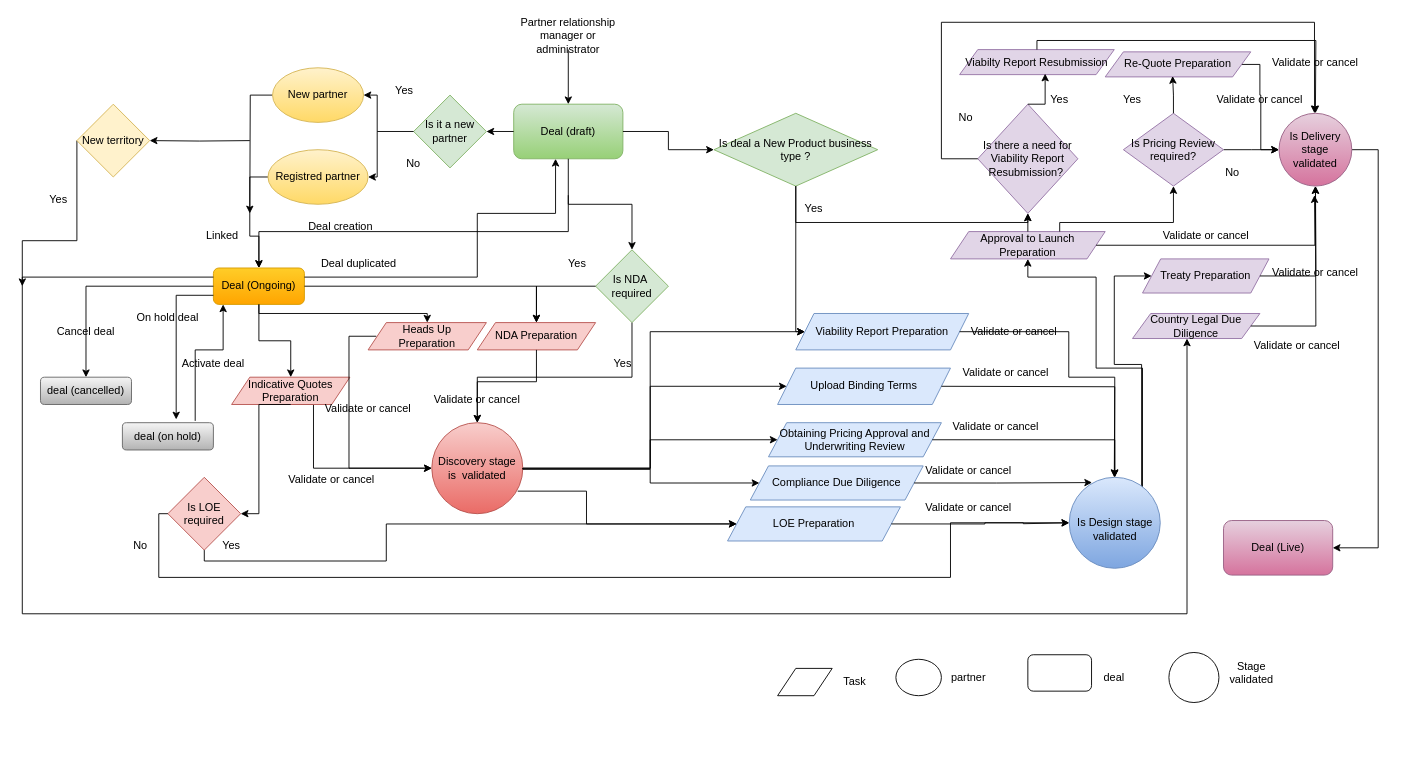
Uhouhzam/workflow keeps this draw.io diagram as workflow.drawio. Above is the earlier version. Source tidied: cells renumbered, new cells numbered last; positions are measured from the earlier drawing's top-left corner, leaving out a move shared by most shapes. Both pictures are drawn from the tidied source at 91%, with x=0, y=0 at pixel (22, 22).
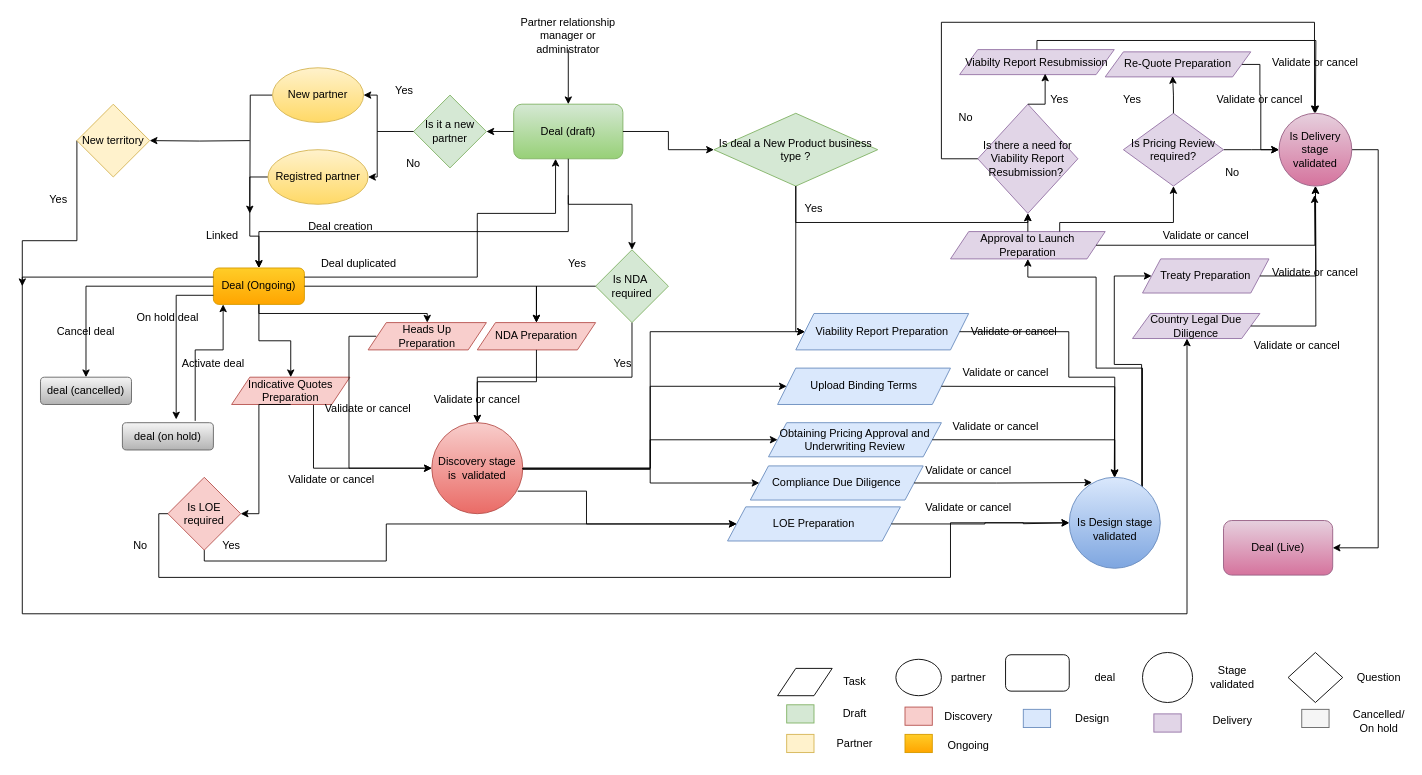
Above is the later version.

What changed in the source:
```diff
@@
     <mxCell id="122" style="rounded=1;whiteSpace=wrap;html=1;" parent="1" vertex="1">
-      <mxGeometry x="1105" y="695" width="70" height="40" as="geometry" />
+      <mxGeometry x="1080.5" y="695" width="70" height="40" as="geometry" />
     </mxCell>
     <mxCell id="123" value="deal" style="text;html=1;strokeColor=none;fillColor=none;align=center;verticalAlign=middle;whiteSpace=wrap;rounded=0;" parent="1" vertex="1">
-      <mxGeometry x="1170" y="705" width="60" height="30" as="geometry" />
+      <mxGeometry x="1160" y="705" width="60" height="30" as="geometry" />
     </mxCell>
     <mxCell id="124" style="ellipse;whiteSpace=wrap;html=1;" parent="1" vertex="1">
-      <mxGeometry x="1260" y="692.5" width="55" height="55" as="geometry" />
+      <mxGeometry x="1231" y="692.5" width="55" height="55" as="geometry" />
     </mxCell>
     <mxCell id="125" value="Stage validated" style="text;html=1;strokeColor=none;fillColor=none;align=center;verticalAlign=middle;whiteSpace=wrap;rounded=0;" parent="1" vertex="1">
-      <mxGeometry x="1321" y="700" width="60" height="30" as="geometry" />
+      <mxGeometry x="1300" y="705" width="60" height="30" as="geometry" />
     </mxCell>
+    <mxCell id="126" style="rounded=0;whiteSpace=wrap;html=1;fillColor=#d5e8d4;strokeColor=#82b366;" parent="1" vertex="1">
+      <mxGeometry x="840" y="750" width="30" height="20" as="geometry" />
+    </mxCell>
+    <mxCell id="127" value="Draft" style="text;html=1;strokeColor=none;fillColor=none;align=center;verticalAlign=middle;whiteSpace=wrap;rounded=0;" parent="1" vertex="1">
+      <mxGeometry x="885" y="745" width="60" height="30" as="geometry" />
+    </mxCell>
+    <mxCell id="128" style="rhombus;whiteSpace=wrap;html=1;" parent="1" vertex="1">
+      <mxGeometry x="1391" y="692.5" width="60" height="55" as="geometry" />
+    </mxCell>
+    <mxCell id="129" value="Question" style="text;html=1;strokeColor=none;fillColor=none;align=center;verticalAlign=middle;whiteSpace=wrap;rounded=0;" parent="1" vertex="1">
+      <mxGeometry x="1461" y="705" width="60" height="30" as="geometry" />
+    </mxCell>
+    <mxCell id="130" style="rounded=0;whiteSpace=wrap;html=1;fillColor=#f8cecc;strokeColor=#b85450;" parent="1" vertex="1">
+      <mxGeometry x="970" y="752.5" width="30" height="20" as="geometry" />
+    </mxCell>
+    <mxCell id="131" style="rounded=0;whiteSpace=wrap;html=1;fillColor=#dae8fc;strokeColor=#6c8ebf;" parent="1" vertex="1">
+      <mxGeometry x="1100" y="755" width="30" height="20" as="geometry" />
+    </mxCell>
+    <mxCell id="132" style="rounded=0;whiteSpace=wrap;html=1;fillColor=#e1d5e7;strokeColor=#9673a6;" parent="1" vertex="1">
+      <mxGeometry x="1243.5" y="760" width="30" height="20" as="geometry" />
+    </mxCell>
+    <mxCell id="133" style="rounded=0;whiteSpace=wrap;html=1;fillColor=#f5f5f5;strokeColor=#666666;fontColor=#333333;" parent="1" vertex="1">
+      <mxGeometry x="1406" y="755" width="30" height="20" as="geometry" />
+    </mxCell>
+    <mxCell id="134" value="Discovery" style="text;html=1;strokeColor=none;fillColor=none;align=center;verticalAlign=middle;whiteSpace=wrap;rounded=0;" parent="1" vertex="1">
+      <mxGeometry x="1010" y="747.5" width="60" height="30" as="geometry" />
+    </mxCell>
+    <mxCell id="135" value="Design" style="text;html=1;strokeColor=none;fillColor=none;align=center;verticalAlign=middle;whiteSpace=wrap;rounded=0;" parent="1" vertex="1">
+      <mxGeometry x="1145.5" y="750" width="60" height="30" as="geometry" />
+    </mxCell>
+    <mxCell id="136" value="Cancelled/ On hold" style="text;html=1;strokeColor=none;fillColor=none;align=center;verticalAlign=middle;whiteSpace=wrap;rounded=0;" parent="1" vertex="1">
+      <mxGeometry x="1461" y="752.5" width="60" height="30" as="geometry" />
+    </mxCell>
+    <mxCell id="137" value="Delivery" style="text;html=1;strokeColor=none;fillColor=none;align=center;verticalAlign=middle;whiteSpace=wrap;rounded=0;" parent="1" vertex="1">
+      <mxGeometry x="1300" y="752.5" width="60" height="30" as="geometry" />
+    </mxCell>
+    <mxCell id="138" style="rounded=0;whiteSpace=wrap;html=1;fillColor=#fff2cc;strokeColor=#d6b656;" parent="1" vertex="1">
+      <mxGeometry x="840" y="782.5" width="30" height="20" as="geometry" />
+    </mxCell>
+    <mxCell id="139" style="rounded=0;whiteSpace=wrap;html=1;fillColor=#ffcd28;strokeColor=#d79b00;gradientColor=#ffa500;" parent="1" vertex="1">
+      <mxGeometry x="970" y="782.5" width="30" height="20" as="geometry" />
+    </mxCell>
+    <mxCell id="140" value="Partner" style="text;html=1;strokeColor=none;fillColor=none;align=center;verticalAlign=middle;whiteSpace=wrap;rounded=0;" parent="1" vertex="1">
+      <mxGeometry x="885" y="777.5" width="60" height="30" as="geometry" />
+    </mxCell>
+    <mxCell id="141" value="Ongoing" style="text;html=1;strokeColor=none;fillColor=none;align=center;verticalAlign=middle;whiteSpace=wrap;rounded=0;" parent="1" vertex="1">
+      <mxGeometry x="1010" y="780" width="60" height="30" as="geometry" />
+    </mxCell>
```
